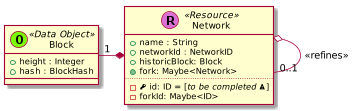
trufflesuite/artifact-updates keeps this PlantUML diagram as _images/plantuml-4a5fd22b5e8fe51e67d7d35534497242f44d383e.png. Above is the earlier version.
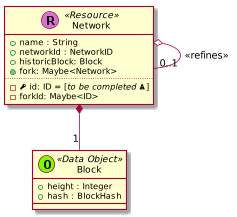
After the commit.

What changed in the source:
```diff
@@ -3,6 +3,8 @@
 
 
 skinparam defaultMonospacedFontName Andale Mono
+
+
 
 
 
@@ -33,7 +35,10 @@
       }
 
       Network o-- "0..1" Network : <<refines>>
-      Network *-left- "1" Block
+      Network *-- "1" Block
+
+
+
 
 
 
```
